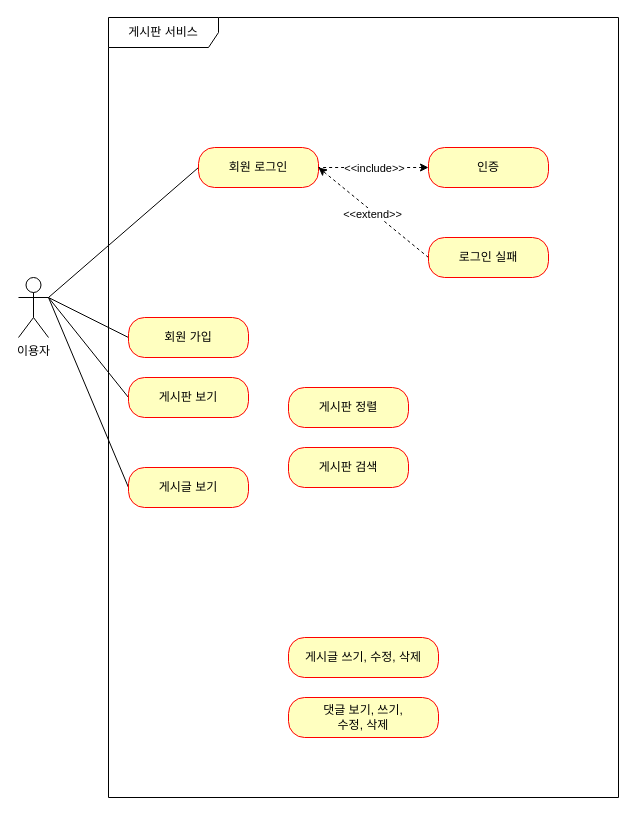
SjuneLee/fastcampus-part2 keeps this draw.io diagram as document/제목 없는 다이어그램.drawio. Above is the earlier version. Source tidied: cells renumbered, new cells numbered last; positions are measured from the earlier drawing's top-left corner, leaving out a move shared by most shapes. Both pictures are drawn from the tidied source at 100%, with x=0, y=0 at pixel (18, 17).
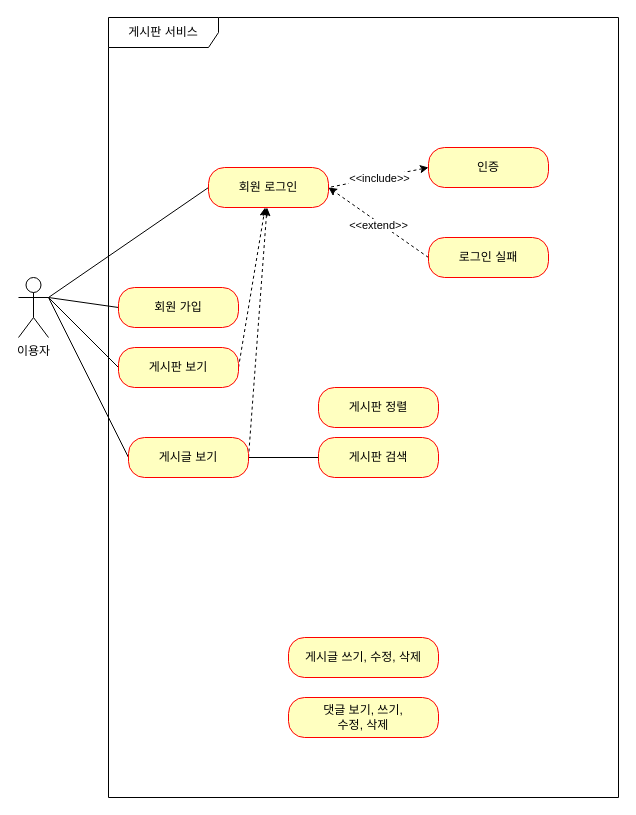
The same diagram, later.

Commit message (it also covers changes not shown here):
제목 없는 다이어그램.drawio 업데이트

Diff of the diagram source:
```diff
@@
     <mxCell id="5" value="회원 가입" style="rounded=1;whiteSpace=wrap;html=1;arcSize=40;fontColor=#000000;fillColor=#ffffc0;strokeColor=#ff0000;" parent="1" vertex="1">
-      <mxGeometry x="110" y="300" width="120" height="40" as="geometry" />
+      <mxGeometry x="100" y="270" width="120" height="40" as="geometry" />
     </mxCell>
@@
+    <mxCell id="22" style="edgeStyle=none;shape=connector;rounded=0;jettySize=auto;html=1;exitX=1;exitY=0.5;exitDx=0;exitDy=0;labelBackgroundColor=default;strokeColor=default;fontFamily=Helvetica;fontSize=11;fontColor=default;endArrow=classic;endFill=1;dashed=1;startArrow=none;startFill=0;" parent="1" edge="1" source="7" target="11">
+      <mxGeometry relative="1" as="geometry" />
+    </mxCell>
     <mxCell id="7" value="게시판 보기" style="rounded=1;whiteSpace=wrap;html=1;arcSize=40;fontColor=#000000;fillColor=#ffffc0;strokeColor=#ff0000;" parent="1" vertex="1">
-      <mxGeometry x="110" y="360" width="120" height="40" as="geometry" />
+      <mxGeometry x="100" y="330" width="120" height="40" as="geometry" />
     </mxCell>
@@
+    <mxCell id="23" style="edgeStyle=none;shape=connector;rounded=0;jettySize=auto;html=1;exitX=1;exitY=0.5;exitDx=0;exitDy=0;labelBackgroundColor=default;strokeColor=default;fontFamily=Helvetica;fontSize=11;fontColor=default;endArrow=classic;endFill=1;dashed=1;" parent="1" edge="1" source="9" target="11">
+      <mxGeometry relative="1" as="geometry" />
+    </mxCell>
+    <mxCell id="24" style="edgeStyle=none;shape=connector;rounded=0;jettySize=auto;html=1;labelBackgroundColor=default;strokeColor=default;fontFamily=Helvetica;fontSize=11;fontColor=default;endArrow=none;endFill=0;" parent="1" edge="1" source="9" target="19">
+      <mxGeometry relative="1" as="geometry" />
+    </mxCell>
     <mxCell id="9" value="게시글 보기" style="rounded=1;whiteSpace=wrap;html=1;arcSize=40;fontColor=#000000;fillColor=#ffffc0;strokeColor=#ff0000;" parent="1" vertex="1">
-      <mxGeometry x="110" y="450" width="120" height="40" as="geometry" />
+      <mxGeometry x="110" y="420" width="120" height="40" as="geometry" />
     </mxCell>
@@
     <mxCell id="11" value="회원 로그인" style="rounded=1;whiteSpace=wrap;html=1;arcSize=40;fontColor=#000000;fillColor=#ffffc0;strokeColor=#ff0000;" parent="1" vertex="1">
-      <mxGeometry x="180" y="130" width="120" height="40" as="geometry" />
+      <mxGeometry x="190" y="150" width="120" height="40" as="geometry" />
     </mxCell>
@@
     <mxCell id="18" value="게시판 정렬" style="rounded=1;whiteSpace=wrap;html=1;arcSize=40;fontColor=#000000;fillColor=#ffffc0;strokeColor=#ff0000;" parent="1" vertex="1">
-      <mxGeometry x="270" y="370" width="120" height="40" as="geometry" />
+      <mxGeometry x="300" y="370" width="120" height="40" as="geometry" />
     </mxCell>
     <mxCell id="19" value="게시판 검색" style="rounded=1;whiteSpace=wrap;html=1;arcSize=40;fontColor=#000000;fillColor=#ffffc0;strokeColor=#ff0000;" parent="1" vertex="1">
-      <mxGeometry x="270" y="430" width="120" height="40" as="geometry" />
+      <mxGeometry x="300" y="420" width="120" height="40" as="geometry" />
     </mxCell>
```
